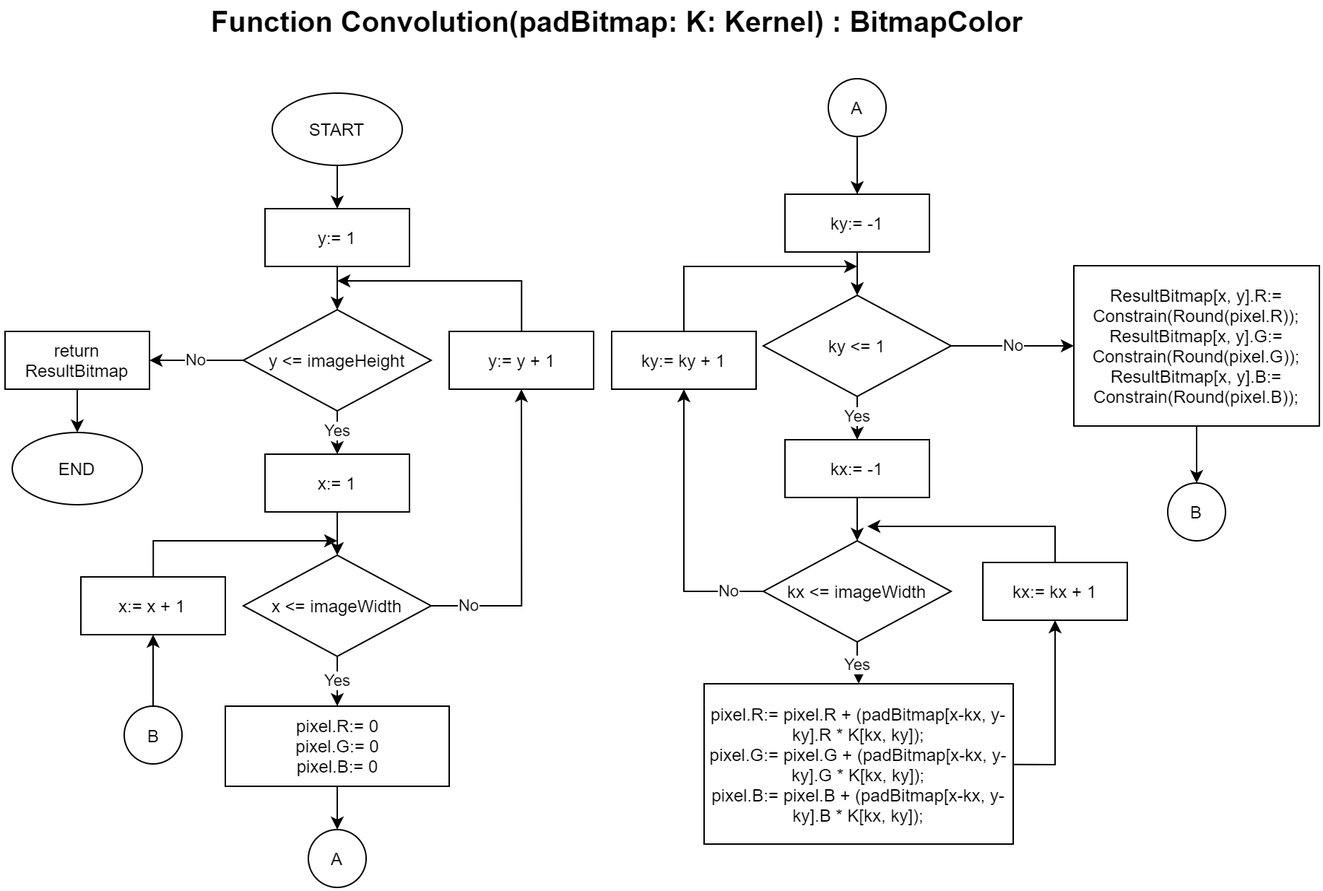
Earlier version of the draw.io export flowchart/.png/Convolution.png (ukayaj620/batikcomp). Source tidied: cells renumbered, new cells last; positions are measured from the earlier drawing's top-left corner, leaving out a move shared by most shapes. The source it was exported from:
```xml
<mxGraphModel>
  <root>
    <mxCell id="0" />
    <mxCell id="1" parent="0" />
    <mxCell id="2" value="&lt;font style=&quot;font-size: 20px&quot;&gt;&lt;b&gt;Function Convolution(padBitmap: K: Kernel) : BitmapColor&lt;/b&gt;&lt;/font&gt;" style="text;html=1;strokeColor=none;fillColor=none;align=center;verticalAlign=middle;whiteSpace=wrap;rounded=0;" parent="1" vertex="1">
      <mxGeometry x="122.5" width="602" height="20" as="geometry" />
    </mxCell>
    <mxCell id="3" style="edgeStyle=orthogonalEdgeStyle;rounded=0;jettySize=auto;html=1;" parent="1" edge="1" source="4" target="6">
      <mxGeometry relative="1" as="geometry" />
    </mxCell>
    <mxCell id="4" value="START" style="ellipse;whiteSpace=wrap;html=1;" parent="1" vertex="1">
      <mxGeometry x="185" y="60" width="90" height="50" as="geometry" />
    </mxCell>
    <mxCell id="5" style="edgeStyle=orthogonalEdgeStyle;rounded=0;jettySize=auto;html=1;" parent="1" edge="1" source="6" target="9">
      <mxGeometry relative="1" as="geometry" />
    </mxCell>
    <mxCell id="6" value="y:= 1" style="rounded=0;whiteSpace=wrap;html=1;" parent="1" vertex="1">
      <mxGeometry x="180" y="140" width="100" height="40" as="geometry" />
    </mxCell>
    <mxCell id="7" value="Yes" style="edgeStyle=orthogonalEdgeStyle;rounded=0;jettySize=auto;html=1;" parent="1" edge="1" source="9" target="11">
      <mxGeometry relative="1" as="geometry" />
    </mxCell>
    <mxCell id="8" value="No" style="edgeStyle=orthogonalEdgeStyle;rounded=0;jettySize=auto;html=1;entryX=1;entryY=0.5;entryDx=0;entryDy=0;" parent="1" edge="1" source="9" target="46">
      <mxGeometry relative="1" as="geometry" />
    </mxCell>
    <mxCell id="9" value="y &amp;lt;= imageHeight" style="rhombus;whiteSpace=wrap;html=1;" parent="1" vertex="1">
      <mxGeometry x="165" y="210" width="130" height="70" as="geometry" />
    </mxCell>
    <mxCell id="10" style="edgeStyle=orthogonalEdgeStyle;rounded=0;jettySize=auto;html=1;" parent="1" edge="1" source="11" target="14">
      <mxGeometry relative="1" as="geometry" />
    </mxCell>
    <mxCell id="11" value="x:= 1" style="rounded=0;whiteSpace=wrap;html=1;" parent="1" vertex="1">
      <mxGeometry x="180" y="310" width="100" height="40" as="geometry" />
    </mxCell>
    <mxCell id="12" value="Yes" style="edgeStyle=orthogonalEdgeStyle;rounded=0;jettySize=auto;html=1;" parent="1" edge="1" source="14" target="16">
      <mxGeometry relative="1" as="geometry" />
    </mxCell>
    <mxCell id="13" value="No" style="edgeStyle=orthogonalEdgeStyle;rounded=0;jettySize=auto;html=1;entryX=0.5;entryY=1;entryDx=0;entryDy=0;" parent="1" edge="1" source="14" target="44">
      <mxGeometry x="-0.76" relative="1" as="geometry" />
    </mxCell>
    <mxCell id="14" value="x &amp;lt;= imageWidth" style="rhombus;whiteSpace=wrap;html=1;" parent="1" vertex="1">
      <mxGeometry x="165" y="380" width="130" height="70" as="geometry" />
    </mxCell>
    <mxCell id="15" style="edgeStyle=orthogonalEdgeStyle;rounded=0;jettySize=auto;html=1;" parent="1" edge="1" source="16" target="17">
      <mxGeometry relative="1" as="geometry" />
    </mxCell>
    <mxCell id="16" value="pixel.R:= 0&lt;br&gt;pixel.G:= 0&lt;br&gt;pixel.B:= 0" style="rounded=0;whiteSpace=wrap;html=1;" parent="1" vertex="1">
      <mxGeometry x="152.5" y="484.5" width="155" height="55.5" as="geometry" />
    </mxCell>
    <mxCell id="17" value="A" style="ellipse;whiteSpace=wrap;html=1;" parent="1" vertex="1">
      <mxGeometry x="210" y="570" width="40" height="40" as="geometry" />
    </mxCell>
    <mxCell id="18" style="edgeStyle=orthogonalEdgeStyle;rounded=0;jettySize=auto;html=1;" parent="1" edge="1" source="19" target="21">
      <mxGeometry relative="1" as="geometry" />
    </mxCell>
    <mxCell id="19" value="A" style="ellipse;whiteSpace=wrap;html=1;" parent="1" vertex="1">
      <mxGeometry x="570" y="50" width="40" height="40" as="geometry" />
    </mxCell>
    <mxCell id="20" style="edgeStyle=orthogonalEdgeStyle;rounded=0;jettySize=auto;html=1;" parent="1" edge="1" source="21" target="24">
      <mxGeometry relative="1" as="geometry" />
    </mxCell>
    <mxCell id="21" value="ky:= -1" style="rounded=0;whiteSpace=wrap;html=1;" parent="1" vertex="1">
      <mxGeometry x="540" y="130" width="100" height="40" as="geometry" />
    </mxCell>
    <mxCell id="22" value="Yes" style="edgeStyle=orthogonalEdgeStyle;rounded=0;jettySize=auto;html=1;" parent="1" edge="1" source="24" target="26">
      <mxGeometry relative="1" as="geometry" />
    </mxCell>
    <mxCell id="23" value="No" style="edgeStyle=orthogonalEdgeStyle;rounded=0;jettySize=auto;html=1;entryX=0;entryY=0.5;entryDx=0;entryDy=0;" parent="1" edge="1" source="24" target="37">
      <mxGeometry relative="1" as="geometry" />
    </mxCell>
    <mxCell id="24" value="ky &amp;lt;= 1" style="rhombus;whiteSpace=wrap;html=1;" parent="1" vertex="1">
      <mxGeometry x="525" y="200" width="130" height="70" as="geometry" />
    </mxCell>
    <mxCell id="25" style="edgeStyle=orthogonalEdgeStyle;rounded=0;jettySize=auto;html=1;" parent="1" edge="1" source="26" target="29">
      <mxGeometry relative="1" as="geometry" />
    </mxCell>
    <mxCell id="26" value="kx:= -1" style="rounded=0;whiteSpace=wrap;html=1;" parent="1" vertex="1">
      <mxGeometry x="540" y="300" width="100" height="40" as="geometry" />
    </mxCell>
    <mxCell id="27" value="Yes" style="edgeStyle=orthogonalEdgeStyle;rounded=0;jettySize=auto;html=1;" parent="1" edge="1" source="29" target="31">
      <mxGeometry relative="1" as="geometry" />
    </mxCell>
    <mxCell id="28" value="No" style="edgeStyle=orthogonalEdgeStyle;rounded=0;jettySize=auto;html=1;exitX=0;exitY=0.5;exitDx=0;exitDy=0;entryX=0.5;entryY=1;entryDx=0;entryDy=0;" parent="1" edge="1" source="29" target="35">
      <mxGeometry x="-0.74" relative="1" as="geometry">
        <Array as="points">
          <mxPoint x="470" y="405" />
        </Array>
      </mxGeometry>
    </mxCell>
    <mxCell id="29" value="kx &amp;lt;= imageWidth" style="rhombus;whiteSpace=wrap;html=1;" parent="1" vertex="1">
      <mxGeometry x="525" y="370" width="130" height="70" as="geometry" />
    </mxCell>
    <mxCell id="30" style="edgeStyle=orthogonalEdgeStyle;rounded=0;jettySize=auto;html=1;entryX=0.5;entryY=1;entryDx=0;entryDy=0;exitX=1;exitY=0.5;exitDx=0;exitDy=0;" parent="1" edge="1" source="31" target="33">
      <mxGeometry relative="1" as="geometry">
        <Array as="points">
          <mxPoint x="591" y="525" />
          <mxPoint x="727" y="525" />
        </Array>
      </mxGeometry>
    </mxCell>
    <mxCell id="31" value="&lt;div&gt;pixel.R:= pixel.R + (padBitmap[x-kx, y-ky].R * K[kx, ky]);&lt;/div&gt;&lt;div&gt;pixel.G:= pixel.G + (padBitmap[x-kx, y-ky].G * K[kx, ky]);&lt;/div&gt;&lt;div&gt;pixel.B:= pixel.B + (padBitmap[x-kx, y-ky].B * K[kx, ky]);&lt;/div&gt;" style="rounded=0;whiteSpace=wrap;html=1;" parent="1" vertex="1">
      <mxGeometry x="484" y="469" width="214" height="111" as="geometry" />
    </mxCell>
    <mxCell id="32" style="edgeStyle=orthogonalEdgeStyle;rounded=0;jettySize=auto;html=1;" parent="1" edge="1" source="33">
      <mxGeometry relative="1" as="geometry">
        <mxPoint x="597" y="360" as="targetPoint" />
        <Array as="points">
          <mxPoint x="727" y="360" />
        </Array>
      </mxGeometry>
    </mxCell>
    <mxCell id="33" value="kx:= kx + 1" style="rounded=0;whiteSpace=wrap;html=1;" parent="1" vertex="1">
      <mxGeometry x="677" y="385" width="100" height="40" as="geometry" />
    </mxCell>
    <mxCell id="34" style="edgeStyle=orthogonalEdgeStyle;rounded=0;jettySize=auto;html=1;" parent="1" edge="1" source="35">
      <mxGeometry relative="1" as="geometry">
        <mxPoint x="590" y="180" as="targetPoint" />
        <Array as="points">
          <mxPoint x="470" y="180" />
        </Array>
      </mxGeometry>
    </mxCell>
    <mxCell id="35" value="ky:= ky + 1" style="rounded=0;whiteSpace=wrap;html=1;" parent="1" vertex="1">
      <mxGeometry x="420" y="225" width="100" height="40" as="geometry" />
    </mxCell>
    <mxCell id="36" style="edgeStyle=orthogonalEdgeStyle;rounded=0;jettySize=auto;html=1;" parent="1" edge="1" source="37" target="38">
      <mxGeometry relative="1" as="geometry" />
    </mxCell>
    <mxCell id="37" value="&lt;div&gt;ResultBitmap[x, y].R:= Constrain(Round(pixel.R));&lt;/div&gt;&lt;div&gt;ResultBitmap[x, y].G:= Constrain(Round(pixel.G));&lt;/div&gt;&lt;div&gt;ResultBitmap[x, y].B:= Constrain(Round(pixel.B));&lt;/div&gt;" style="rounded=0;whiteSpace=wrap;html=1;" parent="1" vertex="1">
      <mxGeometry x="740" y="179.5" width="170" height="111" as="geometry" />
    </mxCell>
    <mxCell id="38" value="B" style="ellipse;whiteSpace=wrap;html=1;" parent="1" vertex="1">
      <mxGeometry x="805" y="330" width="40" height="40" as="geometry" />
    </mxCell>
    <mxCell id="39" style="edgeStyle=orthogonalEdgeStyle;rounded=0;jettySize=auto;html=1;entryX=0.5;entryY=1;entryDx=0;entryDy=0;" parent="1" edge="1" source="40" target="42">
      <mxGeometry relative="1" as="geometry" />
    </mxCell>
    <mxCell id="40" value="B" style="ellipse;whiteSpace=wrap;html=1;" parent="1" vertex="1">
      <mxGeometry x="82.5" y="484.5" width="40" height="40" as="geometry" />
    </mxCell>
    <mxCell id="41" style="edgeStyle=orthogonalEdgeStyle;rounded=0;jettySize=auto;html=1;" parent="1" edge="1" source="42">
      <mxGeometry relative="1" as="geometry">
        <mxPoint x="230" y="370" as="targetPoint" />
        <Array as="points">
          <mxPoint x="103" y="370" />
        </Array>
      </mxGeometry>
    </mxCell>
    <mxCell id="42" value="x:= x + 1" style="rounded=0;whiteSpace=wrap;html=1;" parent="1" vertex="1">
      <mxGeometry x="52.5" y="395" width="100" height="40" as="geometry" />
    </mxCell>
    <mxCell id="43" style="edgeStyle=orthogonalEdgeStyle;rounded=0;jettySize=auto;html=1;" parent="1" edge="1" source="44">
      <mxGeometry relative="1" as="geometry">
        <mxPoint x="230" y="190" as="targetPoint" />
        <Array as="points">
          <mxPoint x="358" y="190" />
        </Array>
      </mxGeometry>
    </mxCell>
    <mxCell id="44" value="y:= y + 1" style="rounded=0;whiteSpace=wrap;html=1;" parent="1" vertex="1">
      <mxGeometry x="307.5" y="225" width="100" height="40" as="geometry" />
    </mxCell>
    <mxCell id="45" style="edgeStyle=orthogonalEdgeStyle;rounded=0;jettySize=auto;html=1;entryX=0.5;entryY=0;entryDx=0;entryDy=0;" parent="1" edge="1" source="46" target="47">
      <mxGeometry relative="1" as="geometry" />
    </mxCell>
    <mxCell id="46" value="return ResultBitmap" style="rounded=0;whiteSpace=wrap;html=1;" parent="1" vertex="1">
      <mxGeometry y="225" width="100" height="40" as="geometry" />
    </mxCell>
    <mxCell id="47" value="END" style="ellipse;whiteSpace=wrap;html=1;" parent="1" vertex="1">
      <mxGeometry x="5" y="295" width="90" height="50" as="geometry" />
    </mxCell>
  </root>
</mxGraphModel>
```
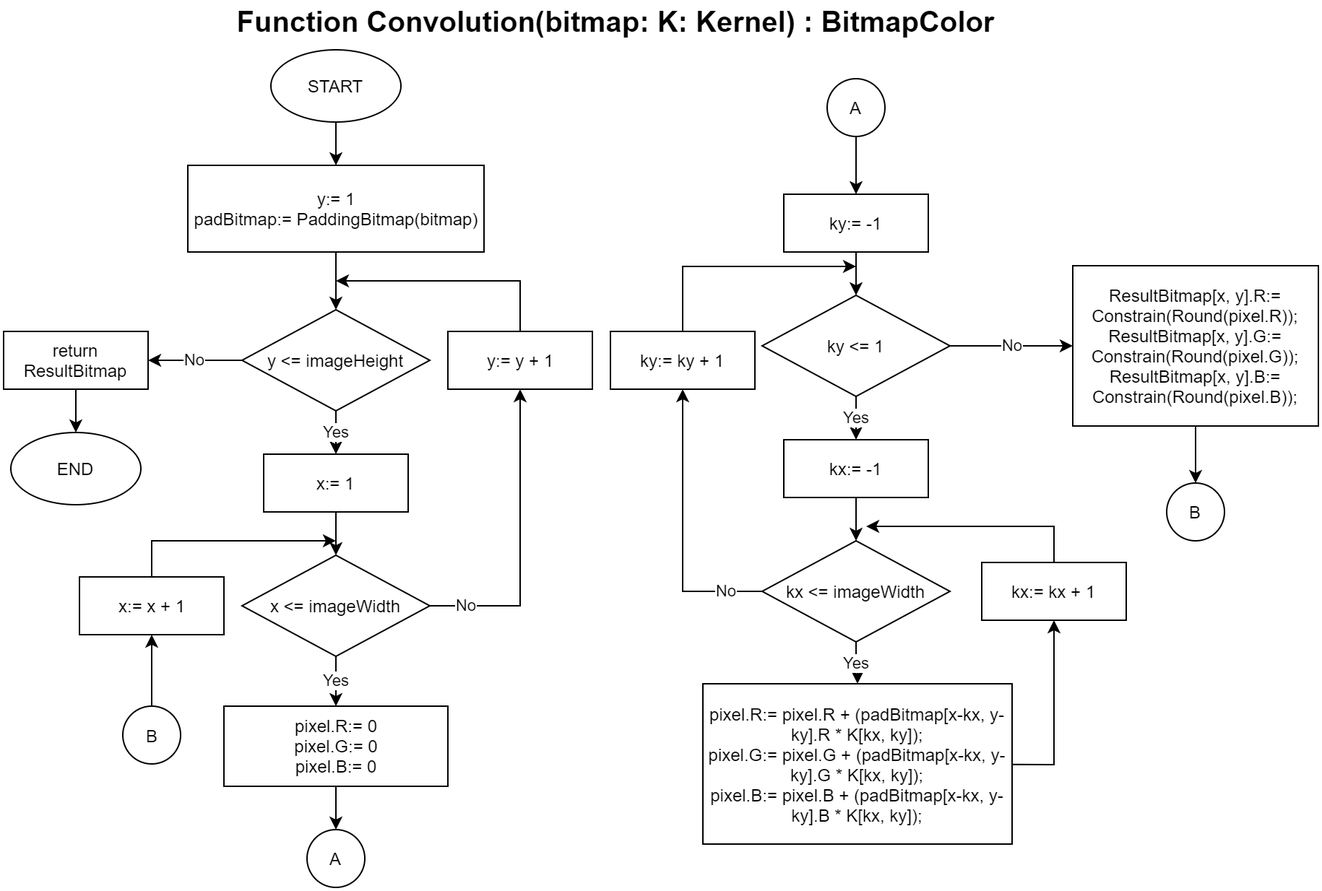
After the change.

Commit message:
docs: update convolution method

The edit, as a diff of the source:
```diff
@@ -2,20 +2,20 @@
   <root>
     <mxCell id="0" />
     <mxCell id="1" parent="0" />
-    <mxCell id="2" value="&lt;font style=&quot;font-size: 20px&quot;&gt;&lt;b&gt;Function Convolution(padBitmap: K: Kernel) : BitmapColor&lt;/b&gt;&lt;/font&gt;" style="text;html=1;strokeColor=none;fillColor=none;align=center;verticalAlign=middle;whiteSpace=wrap;rounded=0;" parent="1" vertex="1">
+    <mxCell id="2" value="&lt;font style=&quot;font-size: 20px&quot;&gt;&lt;b&gt;Function Convolution(bitmap: K: Kernel) : BitmapColor&lt;/b&gt;&lt;/font&gt;" style="text;html=1;strokeColor=none;fillColor=none;align=center;verticalAlign=middle;whiteSpace=wrap;rounded=0;" parent="1" vertex="1">
       <mxGeometry x="122.5" width="602" height="20" as="geometry" />
     </mxCell>
     <mxCell id="3" style="edgeStyle=orthogonalEdgeStyle;rounded=0;jettySize=auto;html=1;" parent="1" edge="1" source="4" target="6">
       <mxGeometry relative="1" as="geometry" />
     </mxCell>
     <mxCell id="4" value="START" style="ellipse;whiteSpace=wrap;html=1;" parent="1" vertex="1">
-      <mxGeometry x="185" y="60" width="90" height="50" as="geometry" />
+      <mxGeometry x="185" y="30" width="90" height="50" as="geometry" />
     </mxCell>
     <mxCell id="5" style="edgeStyle=orthogonalEdgeStyle;rounded=0;jettySize=auto;html=1;" parent="1" edge="1" source="6" target="9">
       <mxGeometry relative="1" as="geometry" />
     </mxCell>
-    <mxCell id="6" value="y:= 1" style="rounded=0;whiteSpace=wrap;html=1;" parent="1" vertex="1">
-      <mxGeometry x="180" y="140" width="100" height="40" as="geometry" />
+    <mxCell id="6" value="y:= 1&lt;br&gt;padBitmap:= PaddingBitmap(bitmap)" style="rounded=0;whiteSpace=wrap;html=1;" parent="1" vertex="1">
+      <mxGeometry x="127.5" y="110" width="205" height="60" as="geometry" />
     </mxCell>
     <mxCell id="7" value="Yes" style="edgeStyle=orthogonalEdgeStyle;rounded=0;jettySize=auto;html=1;" parent="1" edge="1" source="9" target="11">
       <mxGeometry relative="1" as="geometry" />
```
